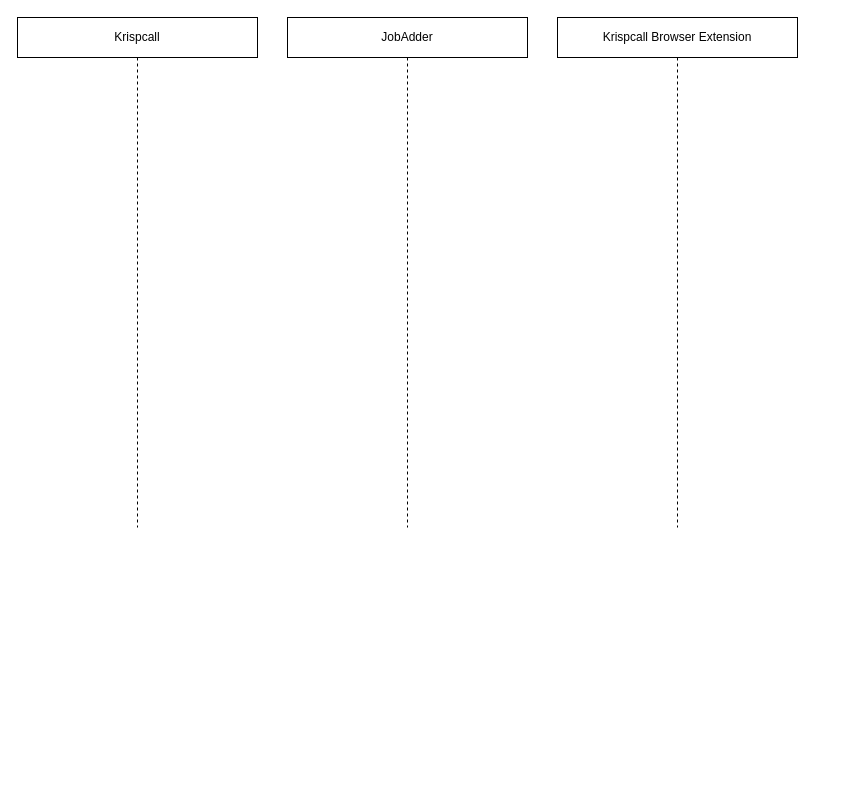
Before: diagrams/Untitled Diagram.drawio in kapil-krispcall/draw-io-diagrams, a draw.io diagram. Source tidied: cells renumbered, new cells numbered last; positions are measured from the earlier drawing's top-left corner, leaving out a move shared by most shapes. Both pictures are drawn from the tidied source at 100%, with x=0, y=0 at pixel (17, 17).
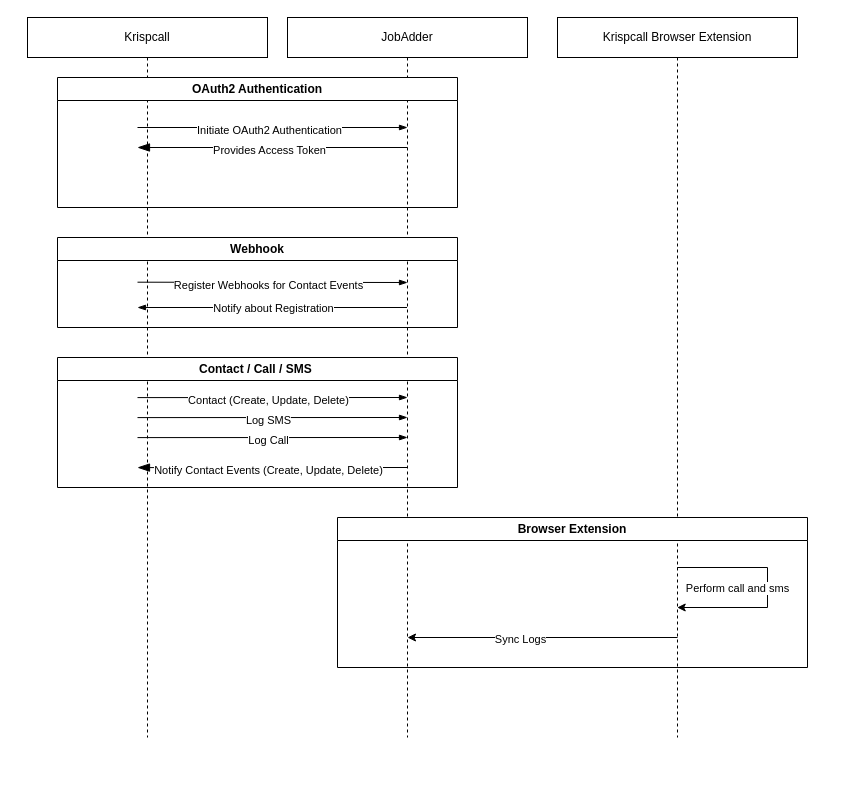
The same diagram, later.

Diff of the diagram source:
```diff
@@
     <mxCell id="2" style="group;" parent="1" vertex="1">
-      <mxGeometry width="780" height="510" as="geometry" />
+      <mxGeometry width="830" height="760" as="geometry" />
     </mxCell>
     <mxCell id="3" value="Krispcall" style="shape=umlLifeline;perimeter=lifelinePerimeter;whiteSpace=wrap;html=1;newEdgeStyle={&quot;edgeStyle&quot;:&quot;elbowEdgeStyle&quot;,&quot;elbow&quot;:&quot;vertical&quot;,&quot;curved&quot;:0,&quot;rounded&quot;:0};" parent="2" vertex="1">
-      <mxGeometry width="240" height="510" as="geometry" />
+      <mxGeometry x="10" width="240" height="720" as="geometry" />
     </mxCell>
     <mxCell id="4" value="JobAdder" style="shape=umlLifeline;perimeter=lifelinePerimeter;whiteSpace=wrap;html=1;outlineConnect=0;portConstraint=eastwest;newEdgeStyle={&quot;edgeStyle&quot;:&quot;elbowEdgeStyle&quot;,&quot;elbow&quot;:&quot;vertical&quot;,&quot;curved&quot;:0,&quot;rounded&quot;:0};" parent="2" vertex="1">
-      <mxGeometry x="270" width="240" height="510" as="geometry" />
+      <mxGeometry x="270" width="240" height="720" as="geometry" />
     </mxCell>
     <mxCell id="5" value="Krispcall Browser Extension" style="shape=umlLifeline;perimeter=lifelinePerimeter;whiteSpace=wrap;html=1;newEdgeStyle={&quot;edgeStyle&quot;:&quot;elbowEdgeStyle&quot;,&quot;elbow&quot;:&quot;vertical&quot;,&quot;curved&quot;:0,&quot;rounded&quot;:0};" parent="2" vertex="1">
-      <mxGeometry x="540" width="240" height="510" as="geometry" />
+      <mxGeometry x="540" width="240" height="720" as="geometry" />
     </mxCell>
+    <mxCell id="6" style="edgeStyle=elbowEdgeStyle;fontSize=12;html=1;endArrow=blockThin;endFill=1;startArrow=none;startFill=0;endSize=6;startSize=10;rounded=0;elbow=vertical;" parent="2" edge="1">
+      <mxGeometry relative="1" as="geometry">
+        <mxPoint x="120" y="380.1" as="sourcePoint" />
+        <mxPoint x="390" y="380.1" as="targetPoint" />
+      </mxGeometry>
+    </mxCell>
+    <mxCell id="7" value="Contact (Create, Update, Delete)" style="edgeLabel;html=1;align=center;verticalAlign=middle;fontStyle=0;" parent="6" vertex="1">
+      <mxGeometry x="-0.03" y="-2" relative="1" as="geometry" />
+    </mxCell>
+    <mxCell id="8" style="edgeStyle=elbowEdgeStyle;fontSize=12;html=1;endArrow=blockThin;endFill=1;startArrow=none;startFill=0;endSize=6;startSize=10;rounded=0;elbow=vertical;" parent="2" edge="1">
+      <mxGeometry relative="1" as="geometry">
+        <mxPoint x="120" y="400.1" as="sourcePoint" />
+        <mxPoint x="390" y="400.1" as="targetPoint" />
+      </mxGeometry>
+    </mxCell>
+    <mxCell id="9" value="Log SMS" style="edgeLabel;html=1;align=center;verticalAlign=middle;fontStyle=0;" parent="8" vertex="1">
+      <mxGeometry x="-0.03" y="-2" relative="1" as="geometry" />
+    </mxCell>
+    <mxCell id="10" style="edgeStyle=elbowEdgeStyle;fontSize=12;html=1;endArrow=blockThin;endFill=1;startArrow=none;startFill=0;endSize=6;startSize=10;rounded=0;elbow=vertical;" parent="2" edge="1">
+      <mxGeometry relative="1" as="geometry">
+        <mxPoint x="120" y="420.1" as="sourcePoint" />
+        <mxPoint x="390" y="420.1" as="targetPoint" />
+      </mxGeometry>
+    </mxCell>
+    <mxCell id="11" value="Log Call" style="edgeLabel;html=1;align=center;verticalAlign=middle;fontStyle=0;" parent="10" vertex="1">
+      <mxGeometry x="-0.03" y="-2" relative="1" as="geometry" />
+    </mxCell>
+    <mxCell id="12" value="OAuth2 Authentication" style="swimlane;whiteSpace=wrap;html=1;" parent="2" vertex="1">
+      <mxGeometry x="40" y="60" width="400" height="130" as="geometry" />
+    </mxCell>
+    <mxCell id="13" style="edgeStyle=elbowEdgeStyle;fontSize=12;html=1;endArrow=blockThin;endFill=1;startArrow=none;startFill=0;endSize=6;startSize=10;rounded=0;elbow=vertical;" parent="12" edge="1">
+      <mxGeometry relative="1" as="geometry">
+        <mxPoint x="80" y="50" as="sourcePoint" />
+        <mxPoint x="350" y="50" as="targetPoint" />
+      </mxGeometry>
+    </mxCell>
+    <mxCell id="14" value="Initiate OAuth2 Authentication" style="edgeLabel;html=1;align=center;verticalAlign=middle;" parent="13" vertex="1">
+      <mxGeometry x="-0.03" y="-2" relative="1" as="geometry" />
+    </mxCell>
+    <mxCell id="15" style="edgeStyle=elbowEdgeStyle;fontSize=12;html=1;endArrow=none;endFill=0;startArrow=blockThin;startFill=1;endSize=6;startSize=10;rounded=0;" parent="12" edge="1">
+      <mxGeometry relative="1" as="geometry">
+        <mxPoint x="80" y="70" as="sourcePoint" />
+        <mxPoint x="350" y="70" as="targetPoint" />
+      </mxGeometry>
+    </mxCell>
+    <mxCell id="16" value="Provides Access Token" style="edgeLabel;html=1;align=center;verticalAlign=middle;" parent="15" vertex="1">
+      <mxGeometry x="-0.03" y="-2" relative="1" as="geometry" />
+    </mxCell>
+    <mxCell id="17" value="Webhook" style="swimlane;whiteSpace=wrap;html=1;" parent="2" vertex="1">
+      <mxGeometry x="40" y="220" width="400" height="90" as="geometry" />
+    </mxCell>
+    <mxCell id="18" style="edgeStyle=elbowEdgeStyle;fontSize=12;html=1;endArrow=blockThin;endFill=1;startArrow=none;startFill=0;endSize=6;startSize=10;rounded=0;elbow=vertical;" parent="17" edge="1">
+      <mxGeometry relative="1" as="geometry">
+        <mxPoint x="80" y="44.7" as="sourcePoint" />
+        <mxPoint x="350" y="44.7" as="targetPoint" />
+      </mxGeometry>
+    </mxCell>
+    <mxCell id="19" value="Register Webhooks for Contact Events" style="edgeLabel;html=1;align=center;verticalAlign=middle;" parent="18" vertex="1">
+      <mxGeometry x="-0.03" y="-2" relative="1" as="geometry" />
+    </mxCell>
+    <mxCell id="20" style="edgeStyle=none;jettySize=auto;html=1;rounded=0;startArrow=blockThin;startFill=1;endArrow=none;endFill=0;" parent="17" edge="1" target="4">
+      <mxGeometry relative="1" as="geometry">
+        <mxPoint x="80" y="70" as="sourcePoint" />
+      </mxGeometry>
+    </mxCell>
+    <mxCell id="21" value="Notify about Registration" style="edgeLabel;html=1;align=center;verticalAlign=middle;" parent="20" vertex="1">
+      <mxGeometry relative="1" as="geometry" />
+    </mxCell>
+    <mxCell id="22" value="Contact / Call / SMS&amp;nbsp;" style="swimlane;whiteSpace=wrap;html=1;" parent="2" vertex="1">
+      <mxGeometry x="40" y="340" width="400" height="130" as="geometry" />
+    </mxCell>
+    <mxCell id="23" style="edgeStyle=elbowEdgeStyle;fontSize=12;html=1;endArrow=none;endFill=0;startArrow=blockThin;startFill=1;endSize=6;startSize=10;rounded=0;elbow=vertical;" parent="22" edge="1">
+      <mxGeometry relative="1" as="geometry">
+        <mxPoint x="80" y="110.1" as="sourcePoint" />
+        <mxPoint x="350" y="110.1" as="targetPoint" />
+      </mxGeometry>
+    </mxCell>
+    <mxCell id="24" value="Notify Contact Events (Create, Update, Delete)" style="edgeLabel;html=1;align=center;verticalAlign=middle;fontStyle=0;" parent="23" vertex="1">
+      <mxGeometry x="-0.03" y="-2" relative="1" as="geometry" />
+    </mxCell>
+    <mxCell id="25" value="Browser Extension" style="swimlane;whiteSpace=wrap;html=1;" parent="2" vertex="1">
+      <mxGeometry x="320" y="500" width="470" height="150" as="geometry" />
+    </mxCell>
+    <mxCell id="26" style="endArrow=classic;html=1;rounded=0;" parent="25" edge="1">
+      <mxGeometry relative="1" as="geometry">
+        <mxPoint x="339.7" y="50" as="sourcePoint" />
+        <mxPoint x="339.7" y="90" as="targetPoint" />
+        <Array as="points">
+          <mxPoint x="430" y="50" />
+          <mxPoint x="430" y="90" />
+        </Array>
+      </mxGeometry>
+    </mxCell>
+    <mxCell id="27" value="Perform call and sms" style="edgeLabel;html=1;align=center;verticalAlign=middle;" parent="26" vertex="1">
+      <mxGeometry x="-0.64" y="1" relative="1" as="geometry">
+        <mxPoint x="20" y="21" as="offset" />
+      </mxGeometry>
+    </mxCell>
+    <mxCell id="28" style="endArrow=classic;html=1;rounded=0;" parent="25" edge="1">
+      <mxGeometry relative="1" as="geometry">
+        <mxPoint x="340" y="120" as="sourcePoint" />
+        <mxPoint x="70" y="120" as="targetPoint" />
+      </mxGeometry>
+    </mxCell>
+    <mxCell id="29" value="Sync Logs" style="edgeLabel;html=1;align=center;verticalAlign=middle;" parent="28" vertex="1">
+      <mxGeometry x="0.17" y="1" relative="1" as="geometry" />
+    </mxCell>
```
